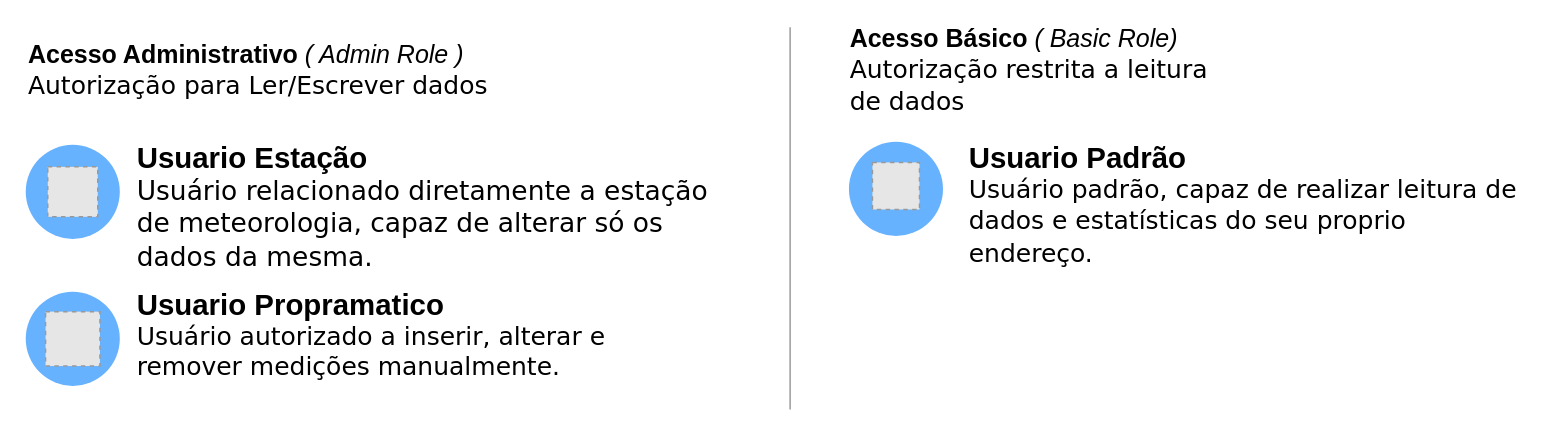
The draw.io diagram Requerimentos/Diagramas/source/Diagrama de tipos de usuarios-v1.drawio in fonsecaBarreto/fazendas-de-agua-meteorologia-server, before the edit. Source tidied: cells renumbered, new cells numbered last; positions are measured from the earlier drawing's top-left corner, leaving out a move shared by most shapes. Both pictures are drawn from the tidied source at 147%, with x=0, y=0 at pixel (25, 26). Pictures stored in the file or linked from it are replaced by grey dashed boxes.
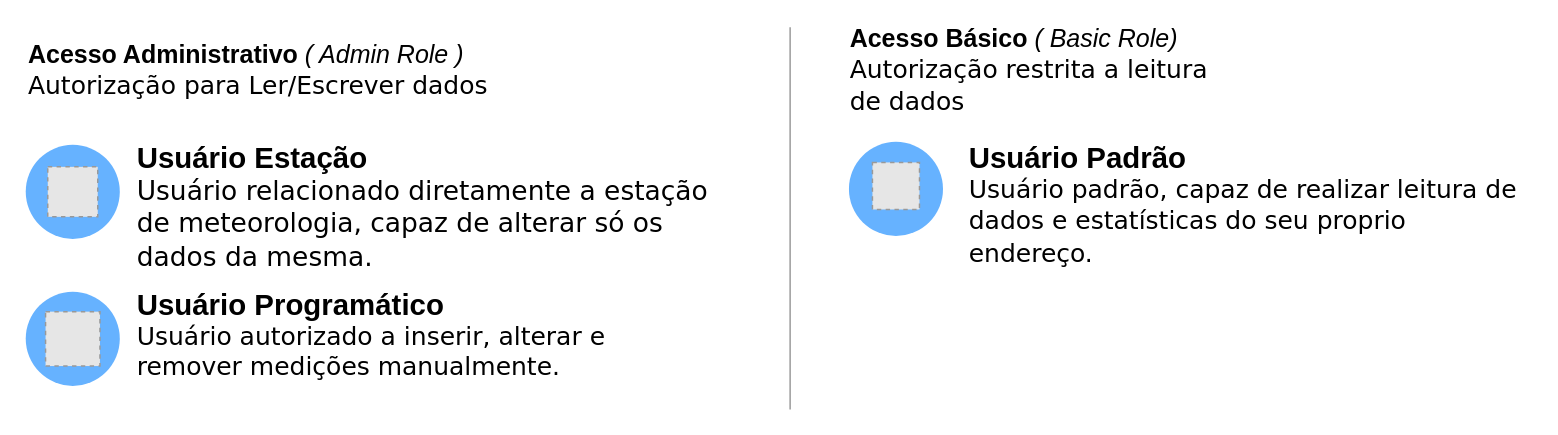
The same diagram, later.

What changed in the source:
```diff
@@
 <mxGraphModel>
   <root>
     <mxCell id="0" />
     <mxCell id="1" parent="0" />
     <mxCell id="2" value="&lt;div&gt;&lt;b&gt;Acesso Administrativo&amp;nbsp;&lt;/b&gt;&lt;i&gt;( Admin Role )&lt;/i&gt;&lt;/div&gt;&lt;div&gt;&lt;font face=&quot;verdana&quot;&gt;Autorização para Ler/Escrever dados&lt;/font&gt;&lt;/div&gt;" style="text;html=1;strokeColor=none;fillColor=none;align=left;verticalAlign=middle;whiteSpace=wrap;rounded=0;fontSize=17;" parent="1" vertex="1">
       <mxGeometry width="360" height="60" as="geometry" />
     </mxCell>
-    <mxCell id="3" value="&lt;span style=&quot;font-size: 20px&quot;&gt;&lt;b&gt;Usuario Estação&lt;br&gt;&lt;/b&gt;&lt;/span&gt;&lt;div style=&quot;font-size: 17px&quot;&gt;&lt;span style=&quot;font-family: &amp;#34;verdana&amp;#34;&quot;&gt;&lt;font style=&quot;font-size: 18px&quot;&gt;Usuário relacionado diretamente a estação de meteorologia, capaz de alterar só os dados da mesma&lt;/font&gt;&lt;/span&gt;&lt;span style=&quot;font-size: 18px ; font-family: &amp;#34;verdana&amp;#34;&quot;&gt;.&lt;/span&gt;&lt;/div&gt;" style="strokeColor=none;fillColor=none;fontColor=#000000;perimeter=none;whiteSpace=wrap;align=left;spacing=2;fontSize=14;verticalAlign=top;html=1;" parent="1" vertex="1">
+    <mxCell id="3" value="&lt;span style=&quot;font-size: 20px&quot;&gt;&lt;b&gt;Usuário Estação&lt;br&gt;&lt;/b&gt;&lt;/span&gt;&lt;div style=&quot;font-size: 17px&quot;&gt;&lt;span style=&quot;font-family: &amp;#34;verdana&amp;#34;&quot;&gt;&lt;font style=&quot;font-size: 18px&quot;&gt;Usuário relacionado diretamente a estação de meteorologia, capaz de alterar só os dados da mesma&lt;/font&gt;&lt;/span&gt;&lt;span style=&quot;font-size: 18px ; font-family: &amp;#34;verdana&amp;#34;&quot;&gt;.&lt;/span&gt;&lt;/div&gt;" style="strokeColor=none;fillColor=none;fontColor=#000000;perimeter=none;whiteSpace=wrap;align=left;spacing=2;fontSize=14;verticalAlign=top;html=1;" parent="1" vertex="1">
       <mxGeometry x="74" y="70" width="396" height="80" as="geometry" />
     </mxCell>
-    <mxCell id="4" value="&lt;span style=&quot;font-size: 20px&quot;&gt;&lt;b&gt;Usuario Propramatico&lt;/b&gt;&amp;nbsp;&lt;/span&gt;&lt;br&gt;&lt;span style=&quot;font-family: &amp;#34;verdana&amp;#34; ; font-size: 17px&quot;&gt;Usuário autorizado a inserir, alterar e remover medições manualmente.&lt;/span&gt;" style="strokeColor=none;fillColor=none;fontColor=#000000;perimeter=none;whiteSpace=wrap;align=left;spacing=2;fontSize=14;verticalAlign=top;html=1;" parent="1" vertex="1">
+    <mxCell id="4" value="&lt;span style=&quot;font-size: 20px&quot;&gt;&lt;b&gt;Usuário Programático&lt;/b&gt;&amp;nbsp;&lt;/span&gt;&lt;br&gt;&lt;span style=&quot;font-family: &amp;#34;verdana&amp;#34; ; font-size: 17px&quot;&gt;Usuário autorizado a inserir, alterar e remover medições manualmente.&lt;/span&gt;" style="strokeColor=none;fillColor=none;fontColor=#000000;perimeter=none;whiteSpace=wrap;align=left;spacing=2;fontSize=14;verticalAlign=top;html=1;" parent="1" vertex="1">
       <mxGeometry x="74" y="170" width="386" height="72" as="geometry" />
     </mxCell>
     <mxCell id="5" value="&lt;div style=&quot;text-align: left&quot;&gt;&lt;b&gt;Acesso Básico &lt;/b&gt;&lt;i&gt;( Basic Role)&lt;/i&gt;&lt;/div&gt;&lt;div style=&quot;text-align: left&quot;&gt;&lt;span style=&quot;font-family: &amp;#34;verdana&amp;#34;&quot;&gt;&lt;font style=&quot;font-size: 17px&quot;&gt;Autorização restrita a leitura de dados&lt;/font&gt;&lt;/span&gt;&lt;br&gt;&lt;/div&gt;" style="text;html=1;strokeColor=none;fillColor=none;align=center;verticalAlign=middle;whiteSpace=wrap;rounded=0;fontSize=17;" parent="1" vertex="1">
       <mxGeometry x="560" width="270" height="60" as="geometry" />
     </mxCell>
-    <mxCell id="6" value="&lt;span style=&quot;font-size: 20px&quot;&gt;&lt;b&gt;Usuario Padrão&lt;br&gt;&lt;/b&gt;&lt;/span&gt;&lt;div style=&quot;font-size: 17px&quot;&gt;&lt;div&gt;&lt;span style=&quot;font-family: &amp;#34;verdana&amp;#34;&quot;&gt;Usuário padrão, capaz de realizar leitura de dados e estatísticas do seu proprio endereço.&lt;/span&gt;&lt;br&gt;&lt;/div&gt;&lt;div&gt;&lt;span style=&quot;font-family: &amp;#34;verdana&amp;#34;&quot;&gt;&lt;br&gt;&lt;/span&gt;&lt;/div&gt;&lt;/div&gt;" style="strokeColor=none;fillColor=none;fontColor=#000000;perimeter=none;whiteSpace=wrap;align=left;spacing=2;fontSize=14;verticalAlign=top;html=1;" parent="1" vertex="1">
+    <mxCell id="6" value="&lt;span style=&quot;font-size: 20px&quot;&gt;&lt;b&gt;Usuário Padrão&lt;br&gt;&lt;/b&gt;&lt;/span&gt;&lt;div style=&quot;font-size: 17px&quot;&gt;&lt;div&gt;&lt;span style=&quot;font-family: &amp;#34;verdana&amp;#34;&quot;&gt;Usuário padrão, capaz de realizar leitura de dados e estatísticas do seu proprio endereço.&lt;/span&gt;&lt;br&gt;&lt;/div&gt;&lt;div&gt;&lt;span style=&quot;font-family: &amp;#34;verdana&amp;#34;&quot;&gt;&lt;br&gt;&lt;/span&gt;&lt;/div&gt;&lt;/div&gt;" style="strokeColor=none;fillColor=none;fontColor=#000000;perimeter=none;whiteSpace=wrap;align=left;spacing=2;fontSize=14;verticalAlign=top;html=1;" parent="1" vertex="1">
       <mxGeometry x="640" y="70" width="386" height="70" as="geometry" />
     </mxCell>
     <mxCell id="7" style="line;strokeWidth=1;direction=south;html=1;rounded=1;fillColor=#99FFCC;gradientColor=none;align=left;strokeColor=#999999;" parent="1" vertex="1">
       <mxGeometry x="515" width="10" height="260" as="geometry" />
     </mxCell>
     <mxCell id="8" style="group;" parent="1" vertex="1">
       <mxGeometry y="80" width="64" height="64" as="geometry" />
     </mxCell>
     <mxCell id="9" style="strokeColor=none;html=1;whiteSpace=wrap;fillColor=#66B2FF;fontColor=#DEE2E6;align=left;rounded=1;arcSize=50;" parent="8" vertex="1">
       <mxGeometry width="64" height="64" as="geometry" />
     </mxCell>
     <mxCell id="10" style="fillColor=#E6E6E6;strokeColor=#999999;dashed=1;html=1;verticalAlign=top;verticalLabelPosition=bottom;labelBackgroundColor=#ffffff;fontSize=9;" parent="8" vertex="1">
       <mxGeometry x="15" y="15" width="34" height="34" as="geometry" />
     </mxCell>
     <mxCell id="11" style="group;" parent="1" vertex="1">
       <mxGeometry y="180" width="64" height="64" as="geometry" />
     </mxCell>
     <mxCell id="12" style="strokeColor=none;html=1;whiteSpace=wrap;fillColor=#66B2FF;fontColor=#DEE2E6;align=left;rounded=1;arcSize=50;" parent="11" vertex="1">
       <mxGeometry width="64" height="64" as="geometry" />
     </mxCell>
     <mxCell id="13" style="fillColor=#E6E6E6;strokeColor=#999999;dashed=1;html=1;verticalAlign=top;verticalLabelPosition=bottom;labelBackgroundColor=#ffffff;fontSize=17;" parent="11" vertex="1">
       <mxGeometry x="13.5" y="13.5" width="37" height="37" as="geometry" />
     </mxCell>
     <mxCell id="14" style="strokeColor=none;html=1;whiteSpace=wrap;fillColor=#66B2FF;fontColor=#DEE2E6;align=left;rounded=1;arcSize=50;" parent="1" vertex="1">
       <mxGeometry x="560" y="78" width="64" height="64" as="geometry" />
     </mxCell>
     <mxCell id="15" style="fillColor=#E6E6E6;strokeColor=#999999;dashed=1;html=1;verticalAlign=top;verticalLabelPosition=bottom;labelBackgroundColor=#ffffff;fontSize=17;" parent="1" vertex="1">
       <mxGeometry x="576" y="92" width="32" height="32" as="geometry" />
     </mxCell>
   </root>
 </mxGraphModel>
```
